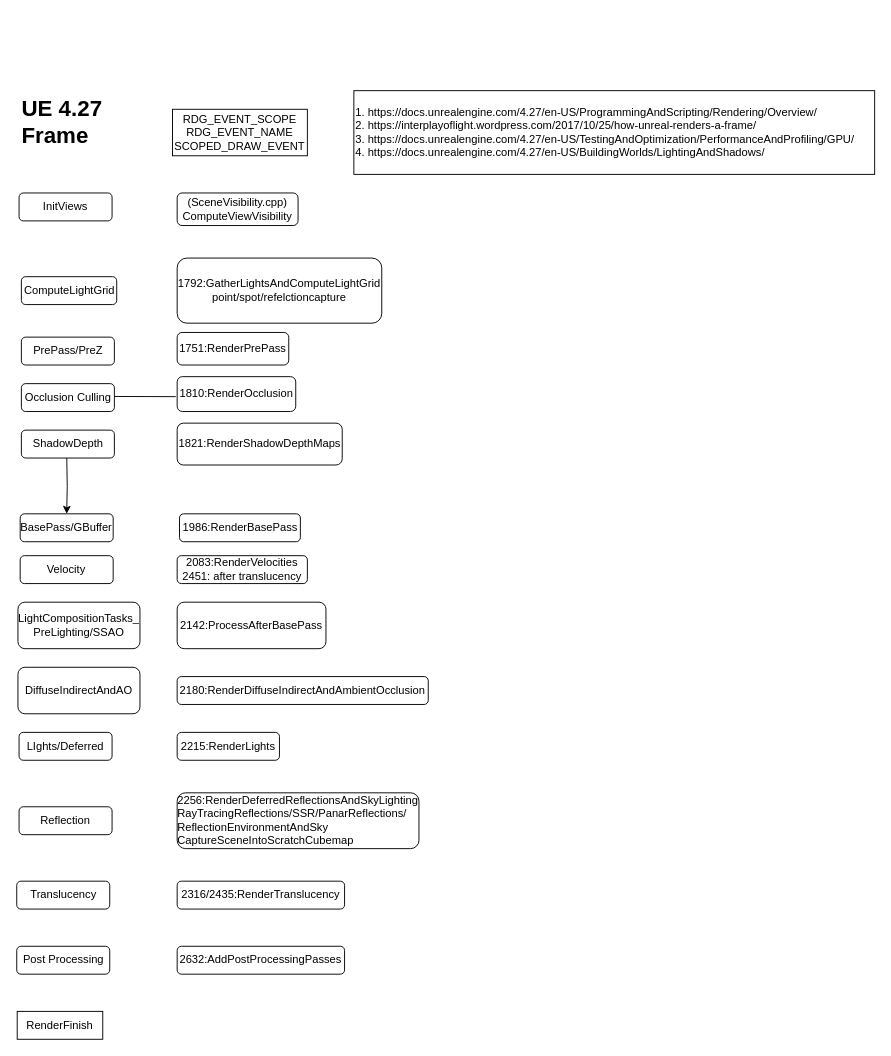
Earlier version of the draw.io diagram UE4Gram.drawio (cedarz/UE4Gram). Source tidied: cells renumbered, new cells numbered last; positions are measured from the earlier drawing's top-left corner, leaving out a move shared by most shapes. Both pictures are drawn from the tidied source at 93%, with x=0, y=0 at pixel (17, 90).
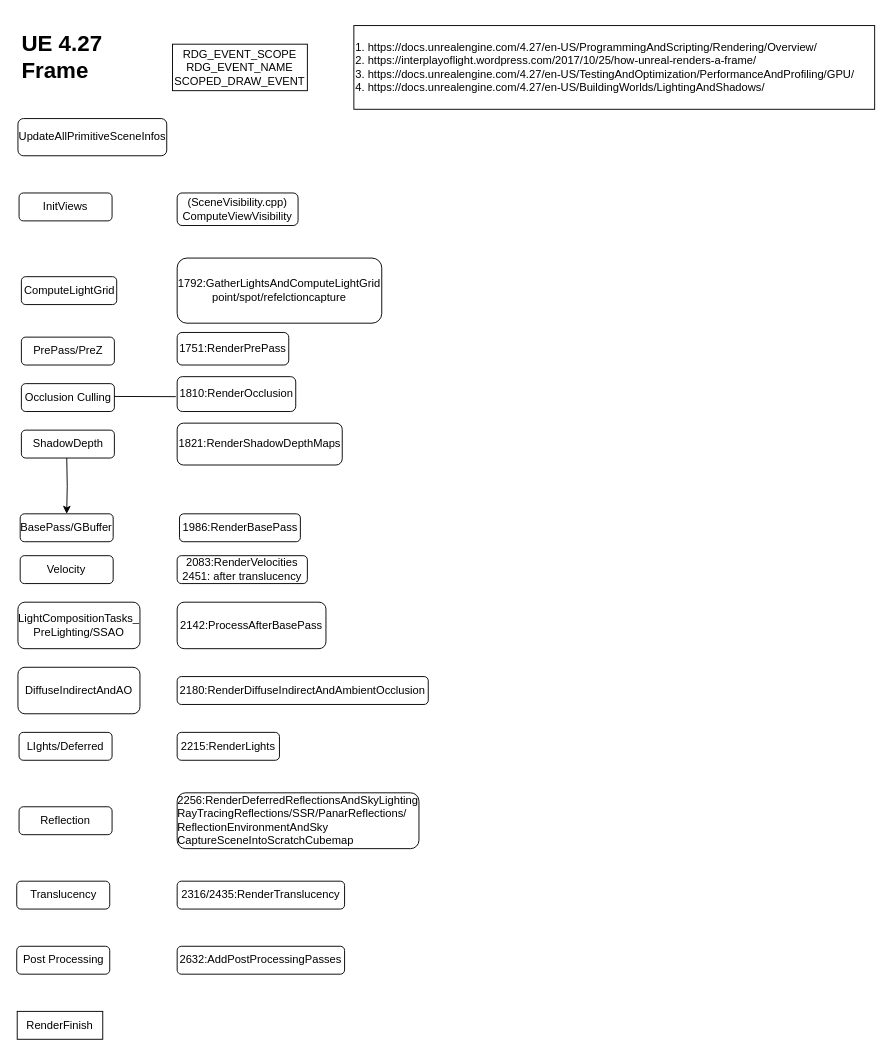
Above is the later version.

Diff of the diagram source:
```diff
@@
     <mxCell id="18" value="RDG_EVENT_SCOPE&lt;br&gt;RDG_EVENT_NAME&lt;br&gt;SCOPED_DRAW_EVENT" style="rounded=0;whiteSpace=wrap;html=1;" parent="1" vertex="1">
-      <mxGeometry x="167" y="20" width="145" height="50" as="geometry" />
+      <mxGeometry x="167" y="-50" width="145" height="50" as="geometry" />
     </mxCell>
@@
     <mxCell id="20" value="1.&amp;nbsp;https://docs.unrealengine.com/4.27/en-US/ProgrammingAndScripting/Rendering/Overview/&lt;br&gt;2.&amp;nbsp;https://interplayoflight.wordpress.com/2017/10/25/how-unreal-renders-a-frame/&lt;br&gt;3. https://docs.unrealengine.com/4.27/en-US/TestingAndOptimization/PerformanceAndProfiling/GPU/&lt;br&gt;4.&amp;nbsp;https://docs.unrealengine.com/4.27/en-US/BuildingWorlds/LightingAndShadows/" style="rounded=0;whiteSpace=wrap;html=1;align=left;" parent="1" vertex="1">
-      <mxGeometry x="362" width="560" height="90" as="geometry" />
+      <mxGeometry x="362" y="-70" width="560" height="90" as="geometry" />
     </mxCell>
     <mxCell id="21" value="&lt;h1&gt;&lt;span style=&quot;background-color: initial;&quot;&gt;UE 4.27 Frame&lt;/span&gt;&lt;/h1&gt;" style="text;html=1;strokeColor=none;fillColor=none;spacing=5;spacingTop=-20;whiteSpace=wrap;overflow=hidden;rounded=0;" parent="1" vertex="1">
-      <mxGeometry x="-0.5" width="108.1" height="70" as="geometry" />
+      <mxGeometry x="-0.5" y="-70" width="108.1" height="70" as="geometry" />
     </mxCell>
@@
+    <mxCell id="34" value="UpdateAllPrimitiveSceneInfos" style="rounded=1;whiteSpace=wrap;html=1;" parent="1" vertex="1">
+      <mxGeometry x="0.8" y="30" width="160" height="40" as="geometry" />
+    </mxCell>
```
